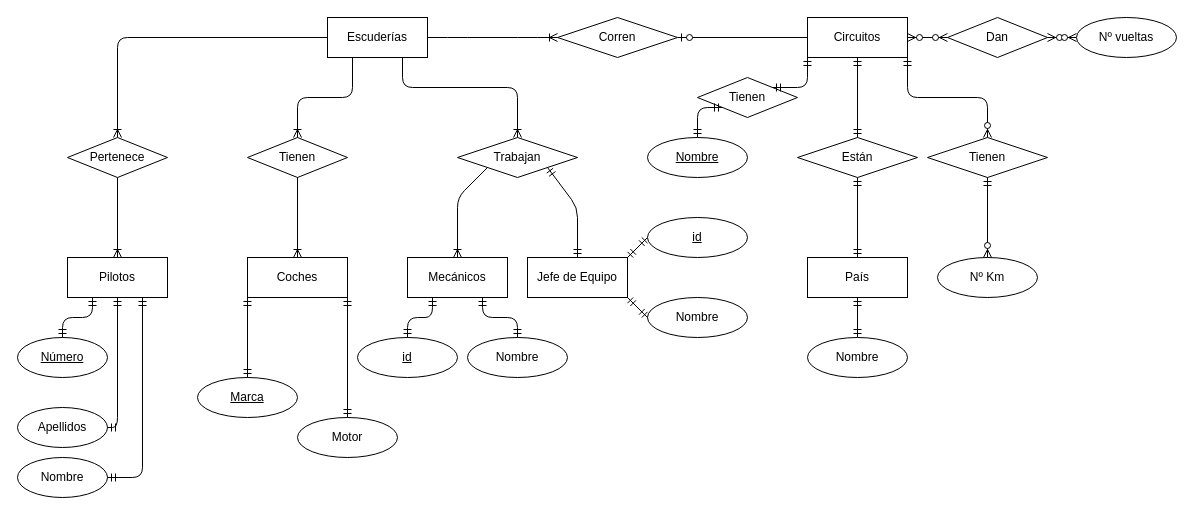
CurtoBrull/fundamentos_bd keeps this draw.io diagram as F1.drawio. Above is the earlier version. Source tidied: cells renumbered, new cells numbered last; positions are measured from the earlier drawing's top-left corner, leaving out a move shared by most shapes. Both pictures are drawn from the tidied source at 100%, with x=0, y=0 at pixel (17, 17).
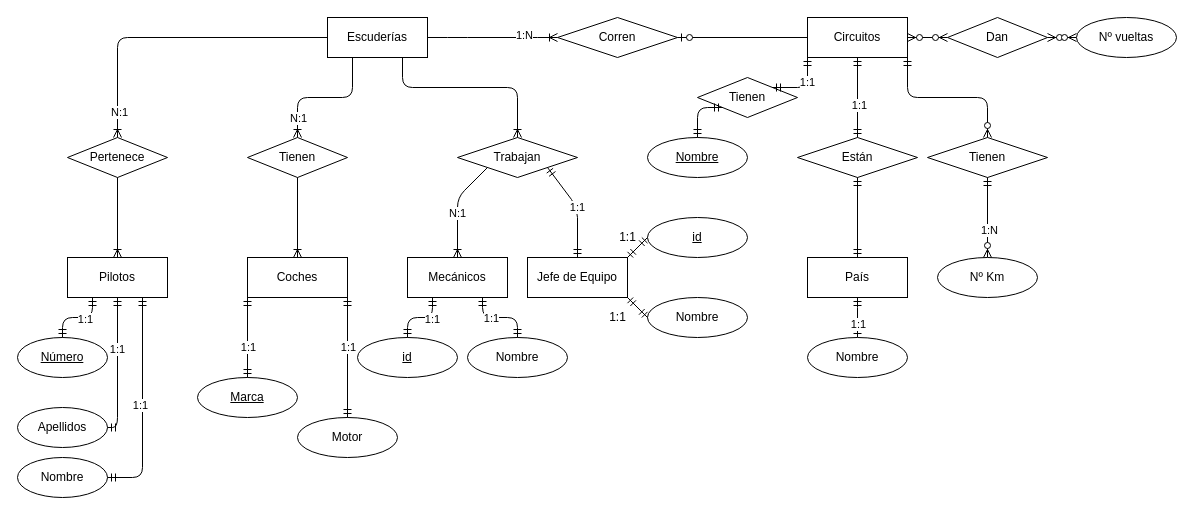
Above is the later version.

The change refers to these unchanged cells:
```xml
<mxCell id="2" value="Escuderías" style="whiteSpace=wrap;html=1;align=center;" parent="1" vertex="1">
  <mxGeometry x="310" width="100" height="40" as="geometry" />
</mxCell>
<mxCell id="4" value="Pertenece" style="shape=rhombus;perimeter=rhombusPerimeter;whiteSpace=wrap;html=1;align=center;" parent="1" vertex="1">
  <mxGeometry x="50" y="120" width="100" height="40" as="geometry" />
</mxCell>
<mxCell id="15" value="País" style="whiteSpace=wrap;html=1;align=center;" parent="1" vertex="1">
  <mxGeometry x="790" y="240" width="100" height="40" as="geometry" />
</mxCell>
<mxCell id="19" style="fontSize=12;html=1;endArrow=ERoneToMany;entryX=0.5;entryY=0;entryDx=0;entryDy=0;exitX=0.5;exitY=1;exitDx=0;exitDy=0;" parent="1" edge="1" source="7" target="8">
  <mxGeometry relative="1" as="geometry" />
</mxCell>
<mxCell id="21" style="fontSize=12;html=1;endArrow=ERoneToMany;entryX=0.5;entryY=0;entryDx=0;entryDy=0;exitX=0;exitY=1;exitDx=0;exitDy=0;" parent="1" edge="1" source="9" target="10">
  <mxGeometry relative="1" as="geometry">
    <Array as="points">
      <mxPoint x="440" y="180" />
    </Array>
  </mxGeometry>
</mxCell>
<mxCell id="22" style="fontSize=12;html=1;endArrow=ERmandOne;startArrow=ERmandOne;exitX=0.5;exitY=0;exitDx=0;exitDy=0;entryX=1;entryY=1;entryDx=0;entryDy=0;" parent="1" edge="1" source="11" target="9">
  <mxGeometry relative="1" as="geometry">
    <Array as="points">
      <mxPoint x="560" y="190" />
    </Array>
  </mxGeometry>
</mxCell>
<mxCell id="23" style="edgeStyle=entityRelationEdgeStyle;fontSize=12;html=1;endArrow=ERoneToMany;exitX=1;exitY=0.5;exitDx=0;exitDy=0;entryX=0;entryY=0.5;entryDx=0;entryDy=0;" parent="1" edge="1" source="2" target="12">
  <mxGeometry relative="1" as="geometry" />
</mxCell>
<mxCell id="27" style="fontSize=12;html=1;endArrow=ERmandOne;startArrow=ERmandOne;entryX=0.5;entryY=1;entryDx=0;entryDy=0;exitX=0.5;exitY=0;exitDx=0;exitDy=0;" parent="1" edge="1" source="14" target="13">
  <mxGeometry relative="1" as="geometry" />
</mxCell>
<mxCell id="29" style="fontSize=12;html=1;endArrow=ERzeroToMany;startArrow=ERmandOne;exitX=0.5;exitY=1;exitDx=0;exitDy=0;entryX=0.5;entryY=0;entryDx=0;entryDy=0;" parent="1" edge="1" source="16">
  <mxGeometry relative="1" as="geometry">
    <mxPoint x="970" y="240" as="targetPoint" />
  </mxGeometry>
</mxCell>
<mxCell id="37" style="edgeStyle=orthogonalEdgeStyle;fontSize=12;html=1;endArrow=ERmandOne;startArrow=ERmandOne;entryX=0.25;entryY=1;entryDx=0;entryDy=0;exitX=0.5;exitY=0;exitDx=0;exitDy=0;" parent="1" edge="1" source="31" target="3">
  <mxGeometry relative="1" as="geometry" />
</mxCell>
<mxCell id="38" style="edgeStyle=orthogonalEdgeStyle;fontSize=12;html=1;endArrow=ERmandOne;startArrow=ERmandOne;entryX=0.75;entryY=1;entryDx=0;entryDy=0;exitX=1;exitY=0.5;exitDx=0;exitDy=0;" parent="1" edge="1" source="36" target="3">
  <mxGeometry relative="1" as="geometry" />
</mxCell>
<mxCell id="39" style="edgeStyle=orthogonalEdgeStyle;fontSize=12;html=1;endArrow=ERmandOne;startArrow=ERmandOne;entryX=0.5;entryY=1;entryDx=0;entryDy=0;exitX=1;exitY=0.5;exitDx=0;exitDy=0;" parent="1" edge="1" source="35" target="3">
  <mxGeometry relative="1" as="geometry">
    <Array as="points">
      <mxPoint x="100" y="410" />
    </Array>
  </mxGeometry>
</mxCell>
<mxCell id="45" style="fontSize=12;html=1;endArrow=ERmandOne;startArrow=ERmandOne;entryX=0.25;entryY=1;entryDx=0;entryDy=0;exitX=0.5;exitY=0;exitDx=0;exitDy=0;" parent="1" edge="1" source="33" target="10">
  <mxGeometry relative="1" as="geometry">
    <Array as="points">
      <mxPoint x="390" y="300" />
      <mxPoint x="415" y="300" />
    </Array>
  </mxGeometry>
</mxCell>
<mxCell id="46" style="fontSize=12;html=1;endArrow=ERmandOne;startArrow=ERmandOne;entryX=0.75;entryY=1;entryDx=0;entryDy=0;exitX=0.5;exitY=0;exitDx=0;exitDy=0;" parent="1" edge="1" source="43" target="10">
  <mxGeometry relative="1" as="geometry">
    <Array as="points">
      <mxPoint x="500" y="300" />
      <mxPoint x="465" y="300" />
    </Array>
  </mxGeometry>
</mxCell>
<mxCell id="50" style="fontSize=12;html=1;endArrow=ERmandOne;startArrow=ERmandOne;entryX=0;entryY=1;entryDx=0;entryDy=0;exitX=0.5;exitY=0;exitDx=0;exitDy=0;" parent="1" edge="1" source="32" target="8">
  <mxGeometry relative="1" as="geometry" />
</mxCell>
<mxCell id="51" style="fontSize=12;html=1;endArrow=ERmandOne;startArrow=ERmandOne;entryX=1;entryY=1;entryDx=0;entryDy=0;exitX=0.5;exitY=0;exitDx=0;exitDy=0;" parent="1" edge="1" source="49" target="8">
  <mxGeometry relative="1" as="geometry" />
</mxCell>
<mxCell id="54" style="fontSize=12;html=1;endArrow=ERmandOne;startArrow=ERmandOne;entryX=1;entryY=0;entryDx=0;entryDy=0;exitX=0;exitY=1;exitDx=0;exitDy=0;" parent="1" edge="1" source="13" target="52">
  <mxGeometry relative="1" as="geometry">
    <Array as="points">
      <mxPoint x="790" y="70" />
    </Array>
  </mxGeometry>
</mxCell>
<mxCell id="56" value="Nombre" style="ellipse;whiteSpace=wrap;html=1;align=center;" parent="1" vertex="1">
  <mxGeometry x="790" y="320" width="100" height="40" as="geometry" />
</mxCell>
```

What changed in the source:
```diff
@@
-    <mxCell id="5" style="fontSize=12;html=1;endArrow=ERoneToMany;exitX=0;exitY=0.5;exitDx=0;exitDy=0;entryX=0.5;entryY=0;entryDx=0;entryDy=0;" parent="1" edge="1" source="2" target="4">
+    <mxCell id="5" style="fontSize=12;html=1;endArrow=ERoneToMany;exitX=0;exitY=0.5;exitDx=0;exitDy=0;" parent="1" edge="1" source="2">
       <mxGeometry relative="1" as="geometry">
+        <mxPoint x="100" y="120" as="targetPoint" />
         <Array as="points">
           <mxPoint x="100" y="20" />
         </Array>
       </mxGeometry>
     </mxCell>
+    <mxCell id="57" value="N:1" style="edgeLabel;html=1;align=center;verticalAlign=middle;rotation=0;" parent="5" vertex="1">
+      <mxGeometry x="0.83" y="1" relative="1" as="geometry" />
+    </mxCell>
@@
+    <mxCell id="58" value="N:1" style="edgeLabel;html=1;align=center;verticalAlign=middle;" parent="19" vertex="1">
+      <mxGeometry x="0.42" relative="1" as="geometry">
+        <mxPoint y="-116.5" as="offset" />
+      </mxGeometry>
+    </mxCell>
@@
+    <mxCell id="59" value="N:1" style="edgeLabel;html=1;align=center;verticalAlign=middle;" parent="21" vertex="1">
+      <mxGeometry x="0.13" y="-1" relative="1" as="geometry" />
+    </mxCell>
@@
+    <mxCell id="60" value="1:1" style="edgeLabel;html=1;align=center;verticalAlign=middle;" parent="22" vertex="1">
+      <mxGeometry y="9" relative="1" as="geometry">
+        <mxPoint x="7" y="-5.7" as="offset" />
+      </mxGeometry>
+    </mxCell>
@@
+    <mxCell id="61" value="1:N" style="edgeLabel;html=1;align=center;verticalAlign=middle;" parent="23" vertex="1">
+      <mxGeometry x="0.47" y="3" relative="1" as="geometry" />
+    </mxCell>
@@
+    <mxCell id="62" value="1:1" style="edgeLabel;html=1;align=center;verticalAlign=middle;" parent="27" vertex="1">
+      <mxGeometry x="-0.18" y="-1" relative="1" as="geometry" />
+    </mxCell>
@@
+    <mxCell id="63" value="1:N" style="edgeLabel;html=1;align=center;verticalAlign=middle;" parent="29" vertex="1">
+      <mxGeometry x="0.3" y="1" relative="1" as="geometry" />
+    </mxCell>
@@
+    <mxCell id="64" value="1:1" style="edgeLabel;html=1;align=center;verticalAlign=middle;" parent="37" vertex="1">
+      <mxGeometry x="0.19" y="-1" relative="1" as="geometry" />
+    </mxCell>
@@
+    <mxCell id="65" value="1:1" style="edgeLabel;html=1;align=center;verticalAlign=middle;" parent="38" vertex="1">
+      <mxGeometry y="3" relative="1" as="geometry" />
+    </mxCell>
@@
+    <mxCell id="66" value="1:1" style="edgeLabel;html=1;align=center;verticalAlign=middle;" parent="39" vertex="1">
+      <mxGeometry x="0.27" y="1" relative="1" as="geometry" />
+    </mxCell>
@@
     <mxCell id="42" style="fontSize=12;html=1;endArrow=ERmandOne;startArrow=ERmandOne;exitX=0.5;exitY=0;exitDx=0;exitDy=0;entryX=0.5;entryY=1;entryDx=0;entryDy=0;" parent="1" edge="1" source="56" target="15">
-      <mxGeometry relative="1" as="geometry" />
+      <mxGeometry relative="1" as="geometry">
+        <Array as="points">
+          <mxPoint x="840" y="300" />
+        </Array>
+      </mxGeometry>
     </mxCell>
+    <mxCell id="67" value="1:1" style="edgeLabel;html=1;align=center;verticalAlign=middle;" parent="42" vertex="1">
+      <mxGeometry y="6" relative="1" as="geometry">
+        <mxPoint x="6" y="6" as="offset" />
+      </mxGeometry>
+    </mxCell>
@@
+    <mxCell id="68" value="1:1" style="edgeLabel;html=1;align=center;verticalAlign=middle;" parent="45" vertex="1">
+      <mxGeometry x="0.34" y="-1" relative="1" as="geometry" />
+    </mxCell>
@@
+    <mxCell id="69" value="1:1" style="edgeLabel;html=1;align=center;verticalAlign=middle;" parent="46" vertex="1">
+      <mxGeometry x="0.25" relative="1" as="geometry" />
+    </mxCell>
@@
+    <mxCell id="70" value="1:1" style="edgeLabel;html=1;align=center;verticalAlign=middle;" parent="50" vertex="1">
+      <mxGeometry x="-0.22" relative="1" as="geometry" />
+    </mxCell>
@@
+    <mxCell id="71" value="1:1" style="edgeLabel;html=1;align=center;verticalAlign=middle;" parent="51" vertex="1">
+      <mxGeometry x="0.19" relative="1" as="geometry" />
+    </mxCell>
@@
+    <mxCell id="72" value="1:1" style="edgeLabel;html=1;align=center;verticalAlign=middle;" parent="54" vertex="1">
+      <mxGeometry x="-0.27" y="-1" relative="1" as="geometry" />
+    </mxCell>
@@
+    <mxCell id="73" value="1:1" style="text;html=1;align=center;verticalAlign=middle;" parent="1" vertex="1">
+      <mxGeometry x="595" y="210" width="30" height="20" as="geometry" />
+    </mxCell>
+    <mxCell id="74" value="1:1" style="text;html=1;align=center;verticalAlign=middle;" parent="1" vertex="1">
+      <mxGeometry x="585" y="290" width="30" height="20" as="geometry" />
+    </mxCell>
```
